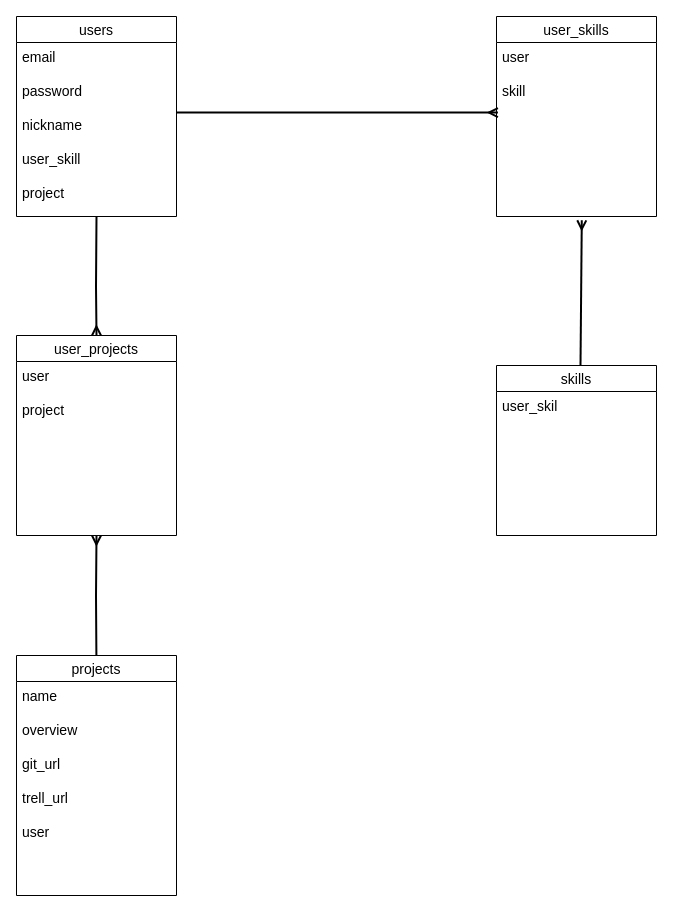
Before: enginners-connect.dio in takanori-hagiwara/engineers-connect, a draw.io diagram. Source tidied: cells renumbered, new cells numbered last; positions are measured from the earlier drawing's top-left corner, leaving out a move shared by most shapes. Both pictures are drawn from the tidied source at 100%, with x=0, y=0 at pixel (16, 16).
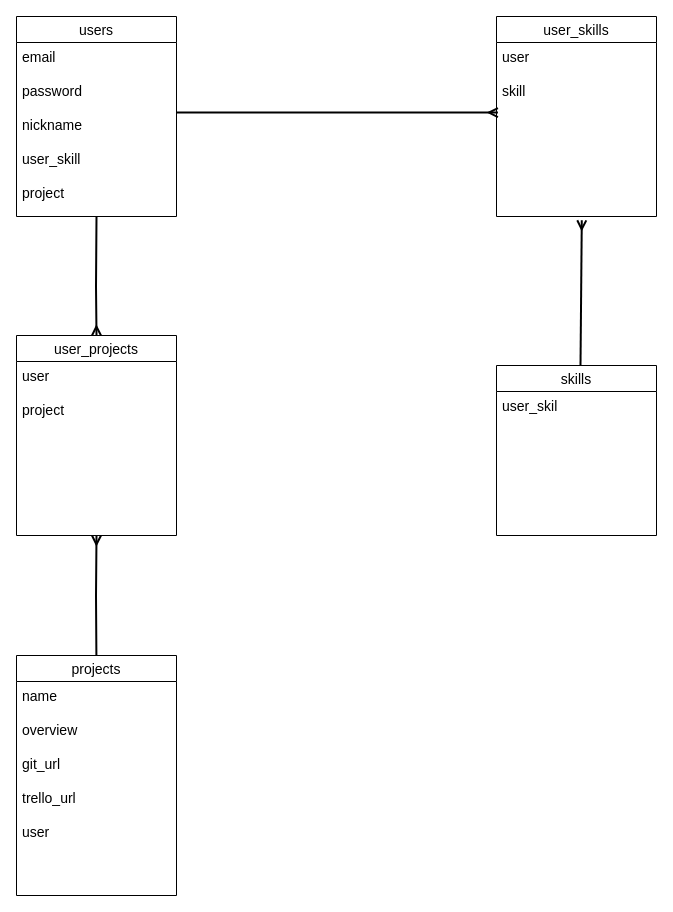
Above is the later version.

Unchanged cells that the change refers to:
```xml
<mxCell id="4" value="projects" style="swimlane;fontStyle=0;horizontal=1;startSize=26;align=center;fontSize=14;" parent="1" vertex="1">
  <mxGeometry y="639" width="160" height="240" as="geometry" />
</mxCell>
```

What changed in the source:
```diff
@@
-    <mxCell id="5" value="name&#10;&#10;overview&#10;&#10;git_url&#10;&#10;trell_url&#10;&#10;user&#10;&#10;&#10;" style="text;strokeColor=none;fillColor=none;spacingLeft=4;spacingRight=4;overflow=hidden;fontSize=14;" parent="4" vertex="1">
+    <mxCell id="5" value="name&#10;&#10;overview&#10;&#10;git_url&#10;&#10;trello_url&#10;&#10;user&#10;&#10;&#10;" style="text;strokeColor=none;fillColor=none;spacingLeft=4;spacingRight=4;overflow=hidden;fontSize=14;" parent="4" vertex="1">
       <mxGeometry y="26" width="160" height="214" as="geometry" />
     </mxCell>
```
